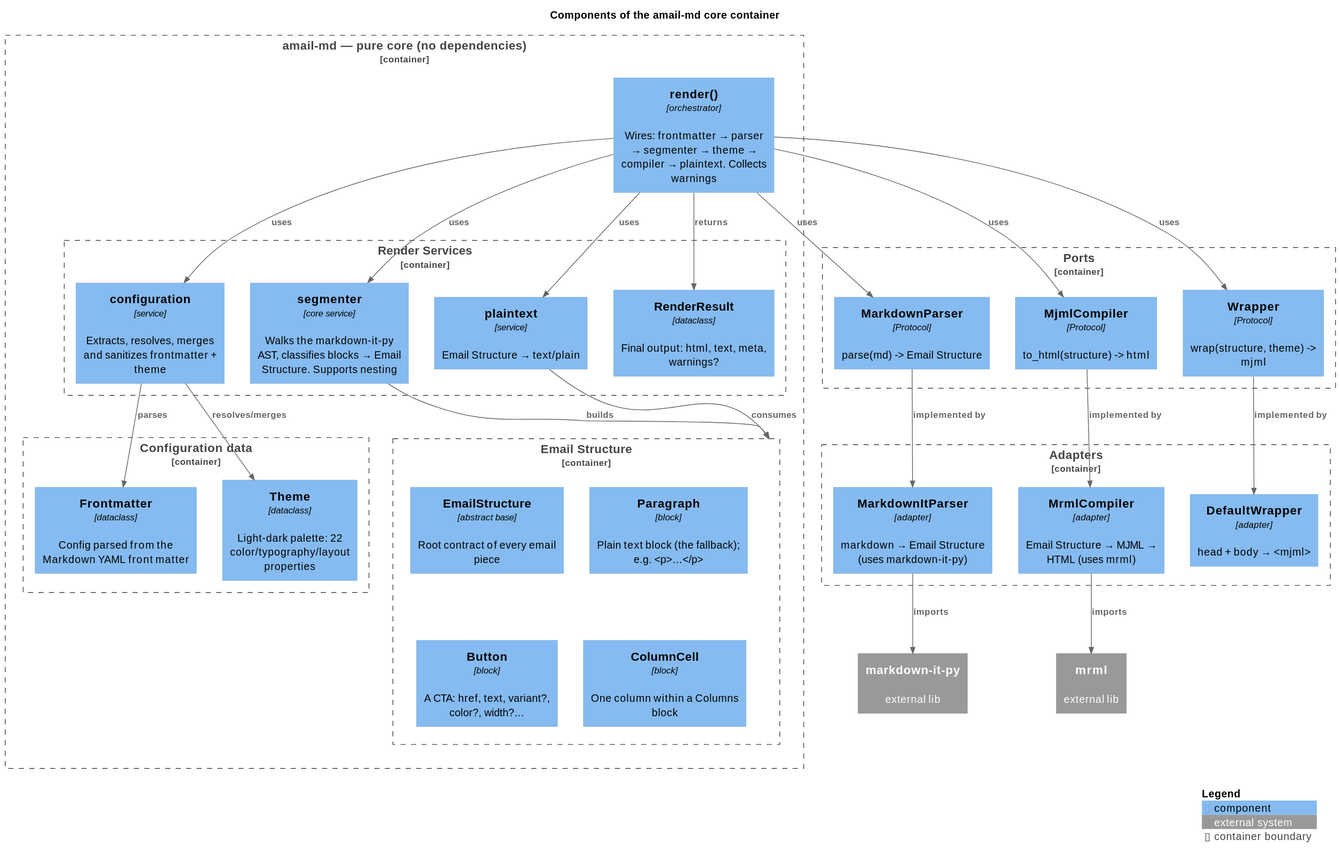
Above: docs/diagrams/svg/C4_Component.svg in Aros-Team/amail_md (PlantUML), before the change. Source of this version:
```plantuml
@startuml
!include https://raw.githubusercontent.com/plantuml-stdlib/C4-PlantUML/master/C4_Component.puml

title Components of the amail-md core container

Container_Boundary(core, "amail-md — pure core (no dependencies)") {

  Component(render, "render()", "orchestrator", "Wires: frontmatter → parser → segmenter → theme → compiler → plaintext. Collects warnings")

  Container_Boundary(rs, "Render Services") {
    Component(cfg, "configuration", "service", "Extracts, resolves, merges and sanitizes frontmatter + theme")
    Component(seg, "segmenter", "core service", "Walks the markdown-it-py AST, classifies blocks → Email Structure. Supports nesting")
    Component(pt, "plaintext", "service", "Email Structure → text/plain")
    Component(c_res, "RenderResult", "dataclass", "Final output: html, text, meta, warnings?")
  }

  Container_Boundary(es, "Email Structure") {
    Component(es_root, "EmailStructure", "abstract base", "Root contract of every email piece")
    Component(es_par, "Paragraph", "block", "Plain text block (the fallback); e.g. <p>…</p>")
    Component(es_btn, "Button", "block", "A CTA: href, text, variant?, color?, width?…")
    Component(es_col, "ColumnCell", "block", "One column within a Columns block")
  }

  Container_Boundary(theme_b, "Configuration data") {
    Component(es_fm, "Frontmatter", "dataclass", "Config parsed from the Markdown YAML front matter")
    Component(es_theme, "Theme", "dataclass", "Light-dark palette: 22 color/typography/layout properties")
  }
}

Container_Boundary(ports, "Ports") {
  Component(p_parse, "MarkdownParser", "Protocol", "parse(md) -> Email Structure")
  Component(p_comp, "MjmlCompiler", "Protocol", "to_html(structure) -> html")
  Component(p_wrap, "Wrapper", "Protocol", "wrap(structure, theme) -> mjml")
}

Container_Boundary(adapters, "Adapters") {
  Component(a_parse, "MarkdownItParser", "adapter", "markdown → Email Structure (uses markdown-it-py)")
  Component(a_comp, "MrmlCompiler", "adapter", "Email Structure → MJML → HTML (uses mrml)")
  Component(a_wrap, "DefaultWrapper", "adapter", "head + body → <mjml>")
}

System_Ext(mdit, "markdown-it-py", "external lib")
System_Ext(mrml, "mrml", "external lib")

Rel(render, cfg, "uses")
Rel(render, seg, "uses")
Rel(render, pt, "uses")
Rel(render, p_parse, "uses")
Rel(render, p_comp, "uses")
Rel(render, p_wrap, "uses")
Rel(seg, es, "builds")
Rel(cfg, es_fm, "parses")
Rel(cfg, es_theme, "resolves/merges")
Rel(pt, es, "consumes")
Rel(p_parse, a_parse, "implemented by")
Rel(p_comp, a_comp, "implemented by")
Rel(p_wrap, a_wrap, "implemented by")
Rel(a_parse, mdit, "imports")
Rel(a_comp, mrml, "imports")
Rel(render, c_res, "returns")

SHOW_LEGEND()
@enduml
```
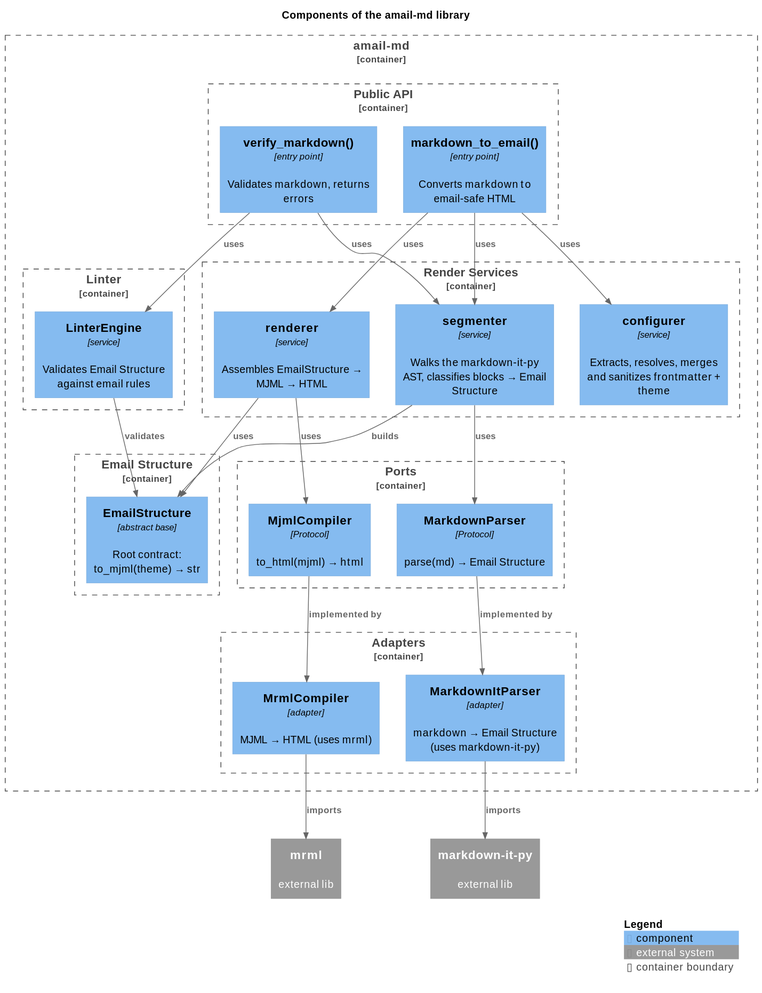
After the change.

Diff of the diagram source:
```diff
@@ -1,63 +1,62 @@
 @startuml
 !include https://raw.githubusercontent.com/plantuml-stdlib/C4-PlantUML/master/C4_Component.puml
 
-title Components of the amail-md core container
+title Components of the amail-md library
 
-Container_Boundary(core, "amail-md — pure core (no dependencies)") {
+Container_Boundary(amailmd, "amail-md") {
 
-  Component(render, "render()", "orchestrator", "Wires: frontmatter → parser → segmenter → theme → compiler → plaintext. Collects warnings")
+  Container_Boundary(api, "Public API") {
+    Component(verify, "verify_markdown()", "entry point", "Validates markdown, returns errors")
+    Component(email, "markdown_to_email()", "entry point", "Converts markdown to email-safe HTML")
+  }
 
-  Container_Boundary(rs, "Render Services") {
-    Component(cfg, "configuration", "service", "Extracts, resolves, merges and sanitizes frontmatter + theme")
-    Component(seg, "segmenter", "core service", "Walks the markdown-it-py AST, classifies blocks → Email Structure. Supports nesting")
-    Component(pt, "plaintext", "service", "Email Structure → text/plain")
-    Component(c_res, "RenderResult", "dataclass", "Final output: html, text, meta, warnings?")
+  Container_Boundary(services, "Render Services") {
+    Component(cfg, "configurer", "service", "Extracts, resolves, merges and sanitizes frontmatter + theme")
+    Component(seg, "segmenter", "service", "Walks the markdown-it-py AST, classifies blocks → Email Structure")
+    Component(renderer, "renderer", "service", "Assembles EmailStructure → MJML → HTML")
+  }
+
+  Container_Boundary(lint_b, "Linter") {
+    Component(lint_engine, "LinterEngine", "service", "Validates Email Structure against email rules")
   }
 
   Container_Boundary(es, "Email Structure") {
-    Component(es_root, "EmailStructure", "abstract base", "Root contract of every email piece")
-    Component(es_par, "Paragraph", "block", "Plain text block (the fallback); e.g. <p>…</p>")
-    Component(es_btn, "Button", "block", "A CTA: href, text, variant?, color?, width?…")
-    Component(es_col, "ColumnCell", "block", "One column within a Columns block")
+    Component(es_root, "EmailStructure", "abstract base", "Root contract: to_mjml(theme) → str")
   }
 
-  Container_Boundary(theme_b, "Configuration data") {
-    Component(es_fm, "Frontmatter", "dataclass", "Config parsed from the Markdown YAML front matter")
-    Component(es_theme, "Theme", "dataclass", "Light-dark palette: 22 color/typography/layout properties")
+  Container_Boundary(ports, "Ports") {
+    Component(p_parse, "MarkdownParser", "Protocol", "parse(md) → Email Structure")
+    Component(p_comp, "MjmlCompiler", "Protocol", "to_html(mjml) → html")
   }
-}
 
-Container_Boundary(ports, "Ports") {
-  Component(p_parse, "MarkdownParser", "Protocol", "parse(md) -> Email Structure")
-  Component(p_comp, "MjmlCompiler", "Protocol", "to_html(structure) -> html")
-  Component(p_wrap, "Wrapper", "Protocol", "wrap(structure, theme) -> mjml")
-}
-
-Container_Boundary(adapters, "Adapters") {
-  Component(a_parse, "MarkdownItParser", "adapter", "markdown → Email Structure (uses markdown-it-py)")
-  Component(a_comp, "MrmlCompiler", "adapter", "Email Structure → MJML → HTML (uses mrml)")
-  Component(a_wrap, "DefaultWrapper", "adapter", "head + body → <mjml>")
+  Container_Boundary(adapters, "Adapters") {
+    Component(a_parse, "MarkdownItParser", "adapter", "markdown → Email Structure (uses markdown-it-py)")
+    Component(a_comp, "MrmlCompiler", "adapter", "MJML → HTML (uses mrml)")
+  }
 }
 
 System_Ext(mdit, "markdown-it-py", "external lib")
 System_Ext(mrml, "mrml", "external lib")
 
-Rel(render, cfg, "uses")
-Rel(render, seg, "uses")
-Rel(render, pt, "uses")
-Rel(render, p_parse, "uses")
-Rel(render, p_comp, "uses")
-Rel(render, p_wrap, "uses")
-Rel(seg, es, "builds")
-Rel(cfg, es_fm, "parses")
-Rel(cfg, es_theme, "resolves/merges")
-Rel(pt, es, "consumes")
+Rel(verify, lint_engine, "uses")
+Rel(verify, seg, "uses")
+
+Rel(email, seg, "uses")
+Rel(email, cfg, "uses")
+Rel(email, renderer, "uses")
+
+Rel(renderer, p_comp, "uses")
+Rel(renderer, es_root, "uses")
+
+Rel(lint_engine, es_root, "validates")
+
+Rel(seg, es_root, "builds")
+Rel(seg, p_parse, "uses")
+
 Rel(p_parse, a_parse, "implemented by")
 Rel(p_comp, a_comp, "implemented by")
-Rel(p_wrap, a_wrap, "implemented by")
 Rel(a_parse, mdit, "imports")
 Rel(a_comp, mrml, "imports")
-Rel(render, c_res, "returns")
 
 SHOW_LEGEND()
 @enduml
```
